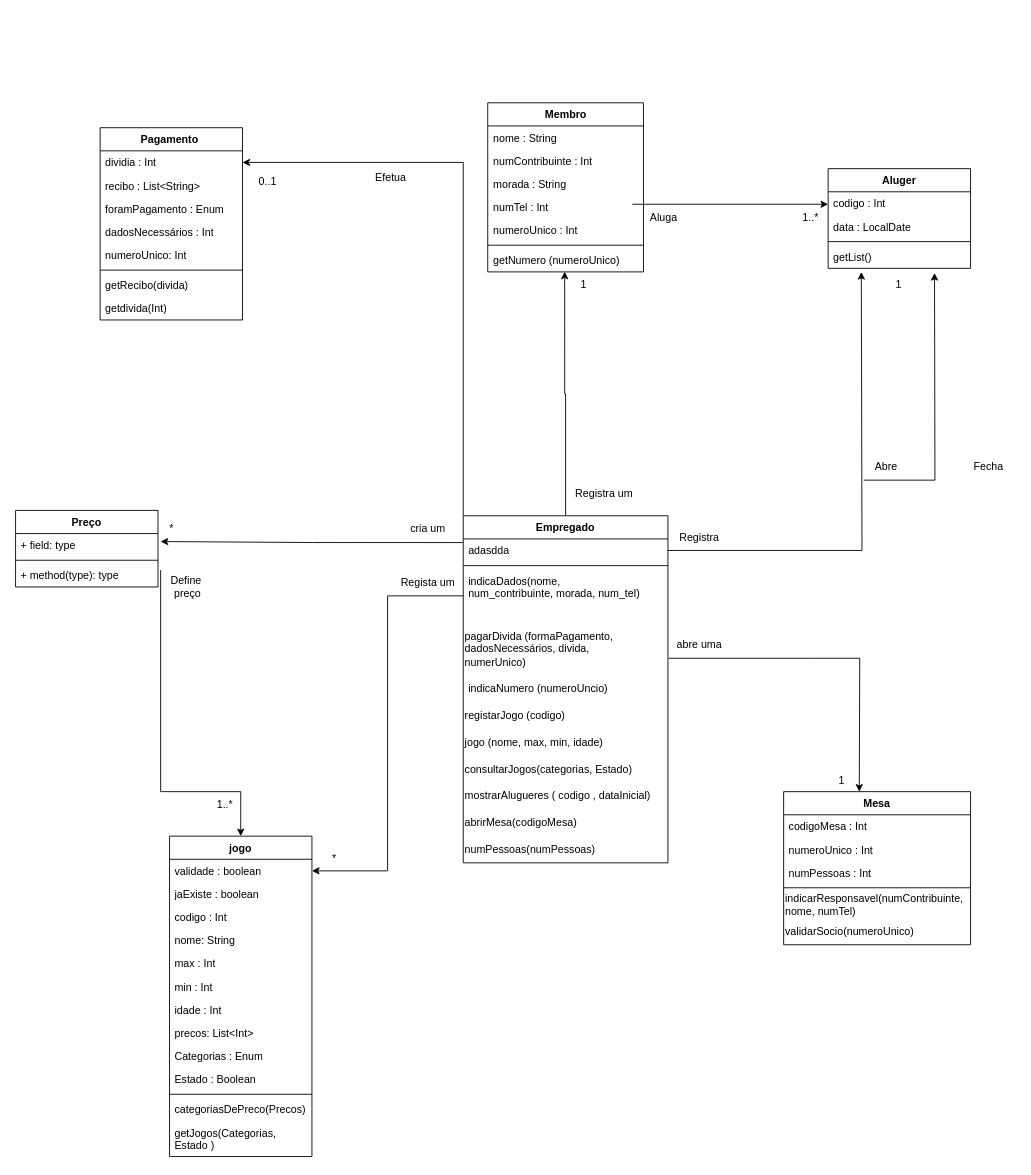
The draw.io diagram Diagrama_classes.drawio in luccamarshall/DCO, before the edit. Source tidied: cells renumbered, new cells numbered last; positions are measured from the earlier drawing's top-left corner, leaving out a move shared by most shapes. Both pictures are drawn from the tidied source at 89%, with x=0, y=0 at pixel (15, 102).
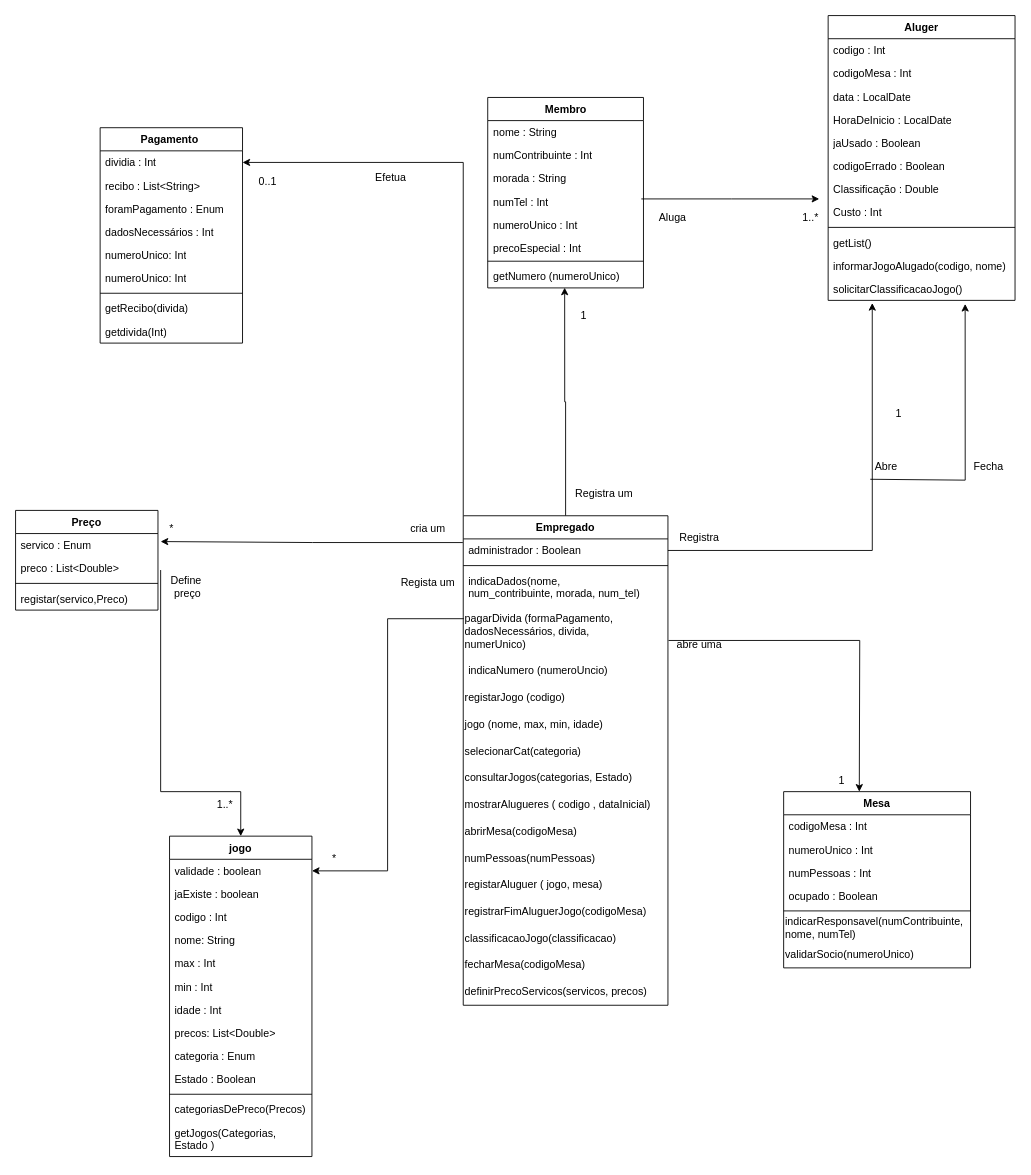
Above is the later version.

Unchanged cells that the change refers to:
```xml
<mxCell id="16" value="Abre" style="text;html=1;align=center;verticalAlign=middle;points=[];strokeColor=none;fillColor=none;" parent="1" vertex="1">
  <mxGeometry x="953" y="394" width="50" height="30" as="geometry" />
</mxCell>
<mxCell id="32" value="numTel : Int" style="text;strokeColor=none;fillColor=none;align=left;verticalAlign=top;spacingLeft=4;spacingRight=4;overflow=hidden;points=[[0,0.5],[1,0.5]];portConstraint=eastwest;whiteSpace=wrap;html=1;" parent="28" vertex="1">
  <mxGeometry y="104" width="175" height="26" as="geometry" />
</mxCell>
<mxCell id="66" value="jogo" style="swimlane;fontStyle=1;align=center;verticalAlign=top;horizontal=1;startSize=26;whiteSpace=wrap;html=1;" parent="1" vertex="1">
  <mxGeometry x="173" y="824" width="160" height="360" as="geometry" />
</mxCell>
<mxCell id="67" value="validade : boolean" style="text;strokeColor=none;fillColor=none;align=left;verticalAlign=top;spacingLeft=4;spacingRight=4;overflow=hidden;points=[[0,0.5],[1,0.5]];portConstraint=eastwest;whiteSpace=wrap;html=1;" parent="66" vertex="1">
  <mxGeometry y="26" width="160" height="26" as="geometry" />
</mxCell>
```

Diff of the diagram source:
```diff
@@
-    <mxCell id="3" style="edgeStyle=orthogonalEdgeStyle;rounded=0;jettySize=auto;html=1;entryX=1;entryY=0.5;entryDx=0;entryDy=0;exitX=0;exitY=0.5;exitDx=0;exitDy=0;" parent="1" edge="1" source="39" target="67">
+    <mxCell id="3" style="edgeStyle=orthogonalEdgeStyle;rounded=0;jettySize=auto;html=1;entryX=1;entryY=0.5;entryDx=0;entryDy=0;exitX=0.003;exitY=0.261;exitDx=0;exitDy=0;exitPerimeter=0;" parent="1" edge="1" source="40" target="67">
       <mxGeometry relative="1" as="geometry" />
     </mxCell>
-    <mxCell id="4" style="edgeStyle=orthogonalEdgeStyle;rounded=0;jettySize=auto;html=1;exitX=1;exitY=0.5;exitDx=0;exitDy=0;entryX=0.233;entryY=1.159;entryDx=0;entryDy=0;entryPerimeter=0;" parent="1" edge="1" source="37" target="61">
+    <mxCell id="4" style="edgeStyle=orthogonalEdgeStyle;rounded=0;jettySize=auto;html=1;exitX=1;exitY=0.5;exitDx=0;exitDy=0;entryX=0.236;entryY=1.116;entryDx=0;entryDy=0;entryPerimeter=0;" parent="1" edge="1" source="37" target="103">
       <mxGeometry relative="1" as="geometry">
         <Array as="points">
-          <mxPoint x="951" y="503" />
-          <mxPoint x="951" y="486" />
+          <mxPoint x="963" y="503" />
         </Array>
       </mxGeometry>
     </mxCell>
@@
     <mxCell id="6" value="Aluga" style="text;html=1;align=center;verticalAlign=middle;strokeColor=none;fillColor=none;" parent="1" vertex="1">
-      <mxGeometry x="703" y="114" width="50" height="30" as="geometry" />
+      <mxGeometry x="713" y="114" width="50" height="30" as="geometry" />
     </mxCell>
@@
-    <mxCell id="10" style="edgeStyle=orthogonalEdgeStyle;rounded=0;orthogonalLoop=1;jettySize=auto;html=1;entryX=0;entryY=0.25;entryDx=0;entryDy=0;" parent="1" edge="1">
+    <mxCell id="10" style="edgeStyle=orthogonalEdgeStyle;rounded=0;jettySize=auto;html=1;exitX=0.986;exitY=0.385;exitDx=0;exitDy=0;exitPerimeter=0;" parent="1" edge="1" source="32">
       <mxGeometry relative="1" as="geometry">
-        <mxPoint x="693" y="114" as="sourcePoint" />
-        <mxPoint x="913" y="114" as="targetPoint" />
+        <mxPoint x="903" y="108" as="targetPoint" />
       </mxGeometry>
     </mxCell>
@@
-    <mxCell id="15" style="edgeStyle=none;jettySize=auto;html=1;rounded=0;entryX=0.747;entryY=1.201;entryDx=0;entryDy=0;entryPerimeter=0;" parent="1" edge="1" target="61">
+    <mxCell id="15" style="edgeStyle=none;jettySize=auto;html=1;rounded=0;exitX=0.147;exitY=0.967;exitDx=0;exitDy=0;exitPerimeter=0;entryX=0.733;entryY=1.154;entryDx=0;entryDy=0;entryPerimeter=0;" parent="1" edge="1" source="16" target="103">
       <mxGeometry relative="1" as="geometry">
-        <mxPoint x="953" y="424" as="sourcePoint" />
         <Array as="points">
-          <mxPoint x="1033" y="424" />
+          <mxPoint x="1067" y="424" />
         </Array>
       </mxGeometry>
     </mxCell>
@@
     <mxCell id="25" value="1" style="text;html=1;align=center;verticalAlign=middle;strokeColor=none;fillColor=none;" parent="1" vertex="1">
-      <mxGeometry x="977" y="190" width="30" height="30" as="geometry" />
+      <mxGeometry x="977" y="334" width="30" height="30" as="geometry" />
     </mxCell>
     <mxCell id="26" value="1" style="text;html=1;align=center;verticalAlign=middle;strokeColor=none;fillColor=none;" parent="1" vertex="1">
-      <mxGeometry x="623" y="190" width="30" height="30" as="geometry" />
+      <mxGeometry x="623" y="224" width="30" height="30" as="geometry" />
     </mxCell>
@@
     <mxCell id="28" value="Membro" style="swimlane;fontStyle=1;align=center;verticalAlign=top;horizontal=1;startSize=26;whiteSpace=wrap;html=1;" parent="1" vertex="1">
-      <mxGeometry x="530.5" width="175" height="190" as="geometry" />
+      <mxGeometry x="530.5" y="-6" width="175" height="214" as="geometry" />
     </mxCell>
@@
+    <mxCell id="88" value="precoEspecial : Int&amp;nbsp;" style="text;strokeColor=none;fillColor=none;align=left;verticalAlign=top;spacingLeft=4;spacingRight=4;overflow=hidden;whiteSpace=wrap;html=1;" parent="28" vertex="1">
+      <mxGeometry y="156" width="175" height="24" as="geometry" />
+    </mxCell>
     <mxCell id="34" style="line;strokeWidth=1;fillColor=none;align=left;verticalAlign=middle;spacingTop=-1;spacingLeft=3;spacingRight=3;labelPosition=right;strokeColor=inherit;" parent="28" vertex="1">
-      <mxGeometry y="156" width="175" height="8" as="geometry" />
+      <mxGeometry y="180" width="175" height="8" as="geometry" />
     </mxCell>
     <mxCell id="35" value="getNumero (numeroUnico)" style="text;strokeColor=none;fillColor=none;align=left;verticalAlign=top;spacingLeft=4;spacingRight=4;overflow=hidden;points=[[0,0.5],[1,0.5]];portConstraint=eastwest;whiteSpace=wrap;html=1;" parent="28" vertex="1">
-      <mxGeometry y="164" width="175" height="26" as="geometry" />
+      <mxGeometry y="188" width="175" height="26" as="geometry" />
     </mxCell>
     <mxCell id="36" value="Empregado" style="swimlane;fontStyle=1;align=center;verticalAlign=top;horizontal=1;startSize=26;whiteSpace=wrap;html=1;" parent="1" vertex="1">
-      <mxGeometry x="503" y="464" width="230" height="390" as="geometry" />
+      <mxGeometry x="503" y="464" width="230" height="550" as="geometry" />
     </mxCell>
-    <mxCell id="37" value="adasdda&lt;br&gt;" style="text;strokeColor=none;fillColor=none;align=left;verticalAlign=top;spacingLeft=4;spacingRight=4;overflow=hidden;points=[[0,0.5],[1,0.5]];portConstraint=eastwest;whiteSpace=wrap;html=1;" parent="36" vertex="1">
+    <mxCell id="37" value="administrador : Boolean" style="text;strokeColor=none;fillColor=none;align=left;verticalAlign=top;spacingLeft=4;spacingRight=4;overflow=hidden;points=[[0,0.5],[1,0.5]];portConstraint=eastwest;whiteSpace=wrap;html=1;" parent="36" vertex="1">
       <mxGeometry y="26" width="230" height="26" as="geometry" />
     </mxCell>
@@
     <mxCell id="39" value="indicaDados(nome,&lt;br style=&quot;text-align: center;&quot;&gt;&lt;span style=&quot;text-align: center;&quot;&gt;num_contribuinte, morada, num_tel)&amp;nbsp;&amp;nbsp;&lt;/span&gt;" style="text;strokeColor=none;fillColor=none;align=left;verticalAlign=top;spacingLeft=4;spacingRight=4;overflow=hidden;points=[[0,0.5],[1,0.5]];portConstraint=eastwest;whiteSpace=wrap;html=1;" parent="36" vertex="1">
-      <mxGeometry y="60" width="230" height="60" as="geometry" />
+      <mxGeometry y="60" width="230" height="40" as="geometry" />
     </mxCell>
     <mxCell id="40" value="pagarDivida (formaPagamento, &lt;br&gt;dadosNecessários, divida, &lt;br&gt;numerUnico)" style="text;html=1;align=left;verticalAlign=middle;points=[];strokeColor=none;fillColor=none;" parent="36" vertex="1">
-      <mxGeometry y="120" width="230" height="60" as="geometry" />
+      <mxGeometry y="100" width="230" height="60" as="geometry" />
     </mxCell>
     <mxCell id="41" value="indicaNumero (numeroUncio)" style="text;strokeColor=none;fillColor=none;align=left;verticalAlign=top;spacingLeft=4;spacingRight=4;overflow=hidden;whiteSpace=wrap;html=1;" parent="36" vertex="1">
-      <mxGeometry y="180" width="230" height="30" as="geometry" />
+      <mxGeometry y="160" width="230" height="30" as="geometry" />
     </mxCell>
     <mxCell id="42" value="registarJogo (codigo)" style="text;html=1;align=left;verticalAlign=middle;strokeColor=none;fillColor=none;" parent="36" vertex="1">
-      <mxGeometry y="210" width="230" height="30" as="geometry" />
+      <mxGeometry y="190" width="230" height="30" as="geometry" />
     </mxCell>
     <mxCell id="43" value="jogo (nome, max, min, idade)" style="text;html=1;align=left;verticalAlign=middle;strokeColor=none;fillColor=none;" parent="36" vertex="1">
-      <mxGeometry y="240" width="230" height="30" as="geometry" />
+      <mxGeometry y="220" width="230" height="30" as="geometry" />
     </mxCell>
+    <mxCell id="89" value="selecionarCat(categoria)" style="text;html=1;strokeColor=none;fillColor=none;align=left;verticalAlign=middle;whiteSpace=wrap;rounded=0;" parent="36" vertex="1">
+      <mxGeometry y="250" width="230" height="30" as="geometry" />
+    </mxCell>
     <mxCell id="44" value="consultarJogos(categorias, Estado)" style="text;html=1;align=left;verticalAlign=middle;strokeColor=none;fillColor=none;" parent="36" vertex="1">
-      <mxGeometry y="270" width="230" height="30" as="geometry" />
+      <mxGeometry y="280" width="230" height="30" as="geometry" />
     </mxCell>
     <mxCell id="45" value="mostrarAlugueres ( codigo , dataInicial)" style="text;html=1;align=left;verticalAlign=middle;strokeColor=none;fillColor=none;" parent="36" vertex="1">
-      <mxGeometry y="300" width="230" height="30" as="geometry" />
+      <mxGeometry y="310" width="230" height="30" as="geometry" />
     </mxCell>
     <mxCell id="46" value="abrirMesa(codigoMesa)" style="text;html=1;strokeColor=none;fillColor=none;align=left;verticalAlign=middle;whiteSpace=wrap;rounded=0;" parent="36" vertex="1">
-      <mxGeometry y="330" width="230" height="30" as="geometry" />
+      <mxGeometry y="340" width="230" height="30" as="geometry" />
     </mxCell>
     <mxCell id="47" value="numPessoas(numPessoas)" style="text;html=1;strokeColor=none;fillColor=none;align=left;verticalAlign=middle;whiteSpace=wrap;rounded=0;" parent="36" vertex="1">
-      <mxGeometry y="360" width="230" height="30" as="geometry" />
+      <mxGeometry y="370" width="230" height="30" as="geometry" />
     </mxCell>
+    <mxCell id="90" value="registarAluguer ( jogo, mesa)" style="text;html=1;strokeColor=none;fillColor=none;align=left;verticalAlign=middle;whiteSpace=wrap;rounded=0;" parent="36" vertex="1">
+      <mxGeometry y="400" width="230" height="30" as="geometry" />
+    </mxCell>
+    <mxCell id="91" value="registrarFimAluguerJogo(codigoMesa)" style="text;html=1;strokeColor=none;fillColor=none;align=left;verticalAlign=middle;whiteSpace=wrap;rounded=0;" parent="36" vertex="1">
+      <mxGeometry y="430" width="230" height="30" as="geometry" />
+    </mxCell>
+    <mxCell id="92" value="classificacaoJogo(classificacao)" style="text;html=1;align=left;verticalAlign=middle;strokeColor=none;fillColor=none;" parent="36" vertex="1">
+      <mxGeometry y="460" width="230" height="30" as="geometry" />
+    </mxCell>
+    <mxCell id="93" value="fecharMesa(codigoMesa)" style="text;html=1;align=left;verticalAlign=middle;strokeColor=none;fillColor=none;" parent="36" vertex="1">
+      <mxGeometry y="490" width="230" height="30" as="geometry" />
+    </mxCell>
+    <mxCell id="94" value="definirPrecoServicos(servicos, precos)" style="text;html=1;align=left;verticalAlign=middle;strokeColor=none;fillColor=none;" parent="36" vertex="1">
+      <mxGeometry y="520" width="230" height="30" as="geometry" />
+    </mxCell>
     <mxCell id="48" value="Pagamento&amp;nbsp;" style="swimlane;fontStyle=1;align=center;verticalAlign=top;horizontal=1;startSize=26;whiteSpace=wrap;html=1;" parent="1" vertex="1">
-      <mxGeometry x="95" y="28" width="160" height="216" as="geometry" />
+      <mxGeometry x="95" y="28" width="160" height="242" as="geometry" />
     </mxCell>
@@
+    <mxCell id="95" value="numeroUnico: Int" style="text;strokeColor=none;fillColor=none;align=left;verticalAlign=top;spacingLeft=4;spacingRight=4;overflow=hidden;whiteSpace=wrap;html=1;" parent="48" vertex="1">
+      <mxGeometry y="156" width="160" height="26" as="geometry" />
+    </mxCell>
     <mxCell id="54" style="line;strokeWidth=1;fillColor=none;align=left;verticalAlign=middle;spacingTop=-1;spacingLeft=3;spacingRight=3;labelPosition=right;strokeColor=inherit;" parent="48" vertex="1">
-      <mxGeometry y="156" width="160" height="8" as="geometry" />
+      <mxGeometry y="182" width="160" height="8" as="geometry" />
     </mxCell>
     <mxCell id="55" value="getRecibo(divida)" style="text;strokeColor=none;fillColor=none;align=left;verticalAlign=top;spacingLeft=4;spacingRight=4;overflow=hidden;whiteSpace=wrap;html=1;" parent="48" vertex="1">
-      <mxGeometry y="164" width="160" height="26" as="geometry" />
+      <mxGeometry y="190" width="160" height="26" as="geometry" />
     </mxCell>
     <mxCell id="56" value="getdivida(Int)" style="text;strokeColor=none;fillColor=none;align=left;verticalAlign=top;spacingLeft=4;spacingRight=4;overflow=hidden;whiteSpace=wrap;html=1;" parent="48" vertex="1">
-      <mxGeometry y="190" width="160" height="26" as="geometry" />
+      <mxGeometry y="216" width="160" height="26" as="geometry" />
     </mxCell>
     <mxCell id="57" value="Aluger" style="swimlane;fontStyle=1;align=center;verticalAlign=top;horizontal=1;startSize=26;whiteSpace=wrap;html=1;" parent="1" vertex="1">
-      <mxGeometry x="913" y="74" width="160" height="112" as="geometry" />
+      <mxGeometry x="913" y="-98" width="210" height="320" as="geometry" />
     </mxCell>
     <mxCell id="58" value="codigo : Int&lt;br&gt;" style="text;strokeColor=none;fillColor=none;align=left;verticalAlign=top;spacingLeft=4;spacingRight=4;overflow=hidden;whiteSpace=wrap;html=1;" parent="57" vertex="1">
-      <mxGeometry y="26" width="160" height="26" as="geometry" />
+      <mxGeometry y="26" width="210" height="26" as="geometry" />
     </mxCell>
+    <mxCell id="96" value="codigoMesa : Int" style="text;strokeColor=none;fillColor=none;align=left;verticalAlign=top;spacingLeft=4;spacingRight=4;overflow=hidden;whiteSpace=wrap;html=1;" parent="57" vertex="1">
+      <mxGeometry y="52" width="210" height="26" as="geometry" />
+    </mxCell>
     <mxCell id="59" value="data : LocalDate" style="text;strokeColor=none;fillColor=none;align=left;verticalAlign=top;spacingLeft=4;spacingRight=4;overflow=hidden;whiteSpace=wrap;html=1;" parent="57" vertex="1">
-      <mxGeometry y="52" width="160" height="26" as="geometry" />
+      <mxGeometry y="78" width="210" height="26" as="geometry" />
     </mxCell>
+    <mxCell id="97" value="HoraDeInicio : LocalDate" style="text;strokeColor=none;fillColor=none;align=left;verticalAlign=top;spacingLeft=4;spacingRight=4;overflow=hidden;whiteSpace=wrap;html=1;" parent="57" vertex="1">
+      <mxGeometry y="104" width="210" height="26" as="geometry" />
+    </mxCell>
+    <mxCell id="98" value="jaUsado : Boolean" style="text;strokeColor=none;fillColor=none;align=left;verticalAlign=top;spacingLeft=4;spacingRight=4;overflow=hidden;whiteSpace=wrap;html=1;" parent="57" vertex="1">
+      <mxGeometry y="130" width="210" height="26" as="geometry" />
+    </mxCell>
+    <mxCell id="99" value="codigoErrado : Boolean" style="text;strokeColor=none;fillColor=none;align=left;verticalAlign=top;spacingLeft=4;spacingRight=4;overflow=hidden;whiteSpace=wrap;html=1;" parent="57" vertex="1">
+      <mxGeometry y="156" width="210" height="26" as="geometry" />
+    </mxCell>
+    <mxCell id="100" value="Classificação : Double" style="text;strokeColor=none;fillColor=none;align=left;verticalAlign=top;spacingLeft=4;spacingRight=4;overflow=hidden;whiteSpace=wrap;html=1;" parent="57" vertex="1">
+      <mxGeometry y="182" width="210" height="26" as="geometry" />
+    </mxCell>
+    <mxCell id="101" value="Custo : Int&amp;nbsp;" style="text;strokeColor=none;fillColor=none;align=left;verticalAlign=top;spacingLeft=4;spacingRight=4;overflow=hidden;whiteSpace=wrap;html=1;" parent="57" vertex="1">
+      <mxGeometry y="208" width="210" height="26" as="geometry" />
+    </mxCell>
     <mxCell id="60" style="line;strokeWidth=1;fillColor=none;align=left;verticalAlign=middle;spacingTop=-1;spacingLeft=3;spacingRight=3;labelPosition=right;strokeColor=inherit;" parent="57" vertex="1">
-      <mxGeometry y="78" width="160" height="8" as="geometry" />
+      <mxGeometry y="234" width="210" height="8" as="geometry" />
     </mxCell>
     <mxCell id="61" value="getList()" style="text;strokeColor=none;fillColor=none;align=left;verticalAlign=top;spacingLeft=4;spacingRight=4;overflow=hidden;points=[[0,0.5],[1,0.5]];portConstraint=eastwest;whiteSpace=wrap;html=1;" parent="57" vertex="1">
-      <mxGeometry y="86" width="160" height="26" as="geometry" />
+      <mxGeometry y="242" width="210" height="26" as="geometry" />
     </mxCell>
+    <mxCell id="102" value="informarJogoAlugado(codigo, nome)" style="text;strokeColor=none;fillColor=none;align=left;verticalAlign=top;spacingLeft=4;spacingRight=4;overflow=hidden;whiteSpace=wrap;html=1;" parent="57" vertex="1">
+      <mxGeometry y="268" width="210" height="26" as="geometry" />
+    </mxCell>
+    <mxCell id="103" value="solicitarClassificacaoJogo()" style="text;strokeColor=none;fillColor=none;align=left;verticalAlign=top;spacingLeft=4;spacingRight=4;overflow=hidden;points=[[0,0.5],[1,0.5]];portConstraint=eastwest;whiteSpace=wrap;html=1;" parent="57" vertex="1">
+      <mxGeometry y="294" width="210" height="26" as="geometry" />
+    </mxCell>
     <mxCell id="62" value="Preço" style="swimlane;fontStyle=1;align=center;verticalAlign=top;horizontal=1;startSize=26;whiteSpace=wrap;html=1;" parent="1" vertex="1">
-      <mxGeometry y="458" width="160" height="86" as="geometry" />
+      <mxGeometry y="458" width="160" height="112" as="geometry" />
     </mxCell>
-    <mxCell id="63" value="+ field: type" style="text;strokeColor=none;fillColor=none;align=left;verticalAlign=top;spacingLeft=4;spacingRight=4;overflow=hidden;whiteSpace=wrap;html=1;" parent="62" vertex="1">
+    <mxCell id="63" value="servico : Enum" style="text;strokeColor=none;fillColor=none;align=left;verticalAlign=top;spacingLeft=4;spacingRight=4;overflow=hidden;whiteSpace=wrap;html=1;" parent="62" vertex="1">
       <mxGeometry y="26" width="160" height="26" as="geometry" />
     </mxCell>
+    <mxCell id="104" value="preco : List&amp;lt;Double&amp;gt;" style="text;strokeColor=none;fillColor=none;align=left;verticalAlign=top;spacingLeft=4;spacingRight=4;overflow=hidden;whiteSpace=wrap;html=1;" parent="62" vertex="1">
+      <mxGeometry y="52" width="160" height="26" as="geometry" />
+    </mxCell>
     <mxCell id="64" style="line;strokeWidth=1;fillColor=none;align=left;verticalAlign=middle;spacingTop=-1;spacingLeft=3;spacingRight=3;labelPosition=right;strokeColor=inherit;" parent="62" vertex="1">
-      <mxGeometry y="52" width="160" height="8" as="geometry" />
+      <mxGeometry y="78" width="160" height="8" as="geometry" />
     </mxCell>
-    <mxCell id="65" value="+ method(type): type" style="text;strokeColor=none;fillColor=none;align=left;verticalAlign=top;spacingLeft=4;spacingRight=4;overflow=hidden;whiteSpace=wrap;html=1;" parent="62" vertex="1">
-      <mxGeometry y="60" width="160" height="26" as="geometry" />
+    <mxCell id="65" value="registar(servico,Preco)" style="text;strokeColor=none;fillColor=none;align=left;verticalAlign=top;spacingLeft=4;spacingRight=4;overflow=hidden;whiteSpace=wrap;html=1;" parent="62" vertex="1">
+      <mxGeometry y="86" width="160" height="26" as="geometry" />
     </mxCell>
@@
-    <mxCell id="74" value="precos: List&amp;lt;Int&amp;gt;" style="text;strokeColor=none;fillColor=none;align=left;verticalAlign=top;spacingLeft=4;spacingRight=4;overflow=hidden;whiteSpace=wrap;html=1;" parent="66" vertex="1">
+    <mxCell id="74" value="precos: List&amp;lt;Double&amp;gt;" style="text;strokeColor=none;fillColor=none;align=left;verticalAlign=top;spacingLeft=4;spacingRight=4;overflow=hidden;whiteSpace=wrap;html=1;" parent="66" vertex="1">
       <mxGeometry y="208" width="160" height="26" as="geometry" />
     </mxCell>
-    <mxCell id="75" value="Categorias : Enum" style="text;strokeColor=none;fillColor=none;align=left;verticalAlign=top;spacingLeft=4;spacingRight=4;overflow=hidden;whiteSpace=wrap;html=1;" parent="66" vertex="1">
+    <mxCell id="75" value="categoria : Enum" style="text;strokeColor=none;fillColor=none;align=left;verticalAlign=top;spacingLeft=4;spacingRight=4;overflow=hidden;whiteSpace=wrap;html=1;" parent="66" vertex="1">
       <mxGeometry y="234" width="160" height="26" as="geometry" />
     </mxCell>
@@
     <mxCell id="80" value="Mesa" style="swimlane;fontStyle=1;align=center;verticalAlign=top;horizontal=1;startSize=26;whiteSpace=wrap;html=1;" parent="1" vertex="1">
-      <mxGeometry x="863" y="774" width="210" height="172" as="geometry" />
+      <mxGeometry x="863" y="774" width="210" height="198" as="geometry" />
     </mxCell>
@@
+    <mxCell id="105" value="ocupado : Boolean" style="text;strokeColor=none;fillColor=none;align=left;verticalAlign=top;spacingLeft=4;spacingRight=4;overflow=hidden;whiteSpace=wrap;html=1;" parent="80" vertex="1">
+      <mxGeometry y="104" width="210" height="26" as="geometry" />
+    </mxCell>
     <mxCell id="84" style="line;strokeWidth=1;fillColor=none;align=left;verticalAlign=middle;spacingTop=-1;spacingLeft=3;spacingRight=3;labelPosition=right;strokeColor=inherit;" parent="80" vertex="1">
-      <mxGeometry y="104" width="210" height="8" as="geometry" />
+      <mxGeometry y="130" width="210" height="8" as="geometry" />
     </mxCell>
     <mxCell id="85" value="indicarResponsavel(numContribuinte, nome, numTel)" style="text;html=1;strokeColor=none;fillColor=none;align=left;verticalAlign=middle;whiteSpace=wrap;rounded=0;" parent="80" vertex="1">
-      <mxGeometry y="112" width="210" height="30" as="geometry" />
+      <mxGeometry y="138" width="210" height="30" as="geometry" />
     </mxCell>
     <mxCell id="86" value="validarSocio(numeroUnico)" style="text;html=1;align=left;verticalAlign=middle;strokeColor=none;fillColor=none;" parent="80" vertex="1">
-      <mxGeometry y="142" width="210" height="30" as="geometry" />
+      <mxGeometry y="168" width="210" height="30" as="geometry" />
     </mxCell>
```
